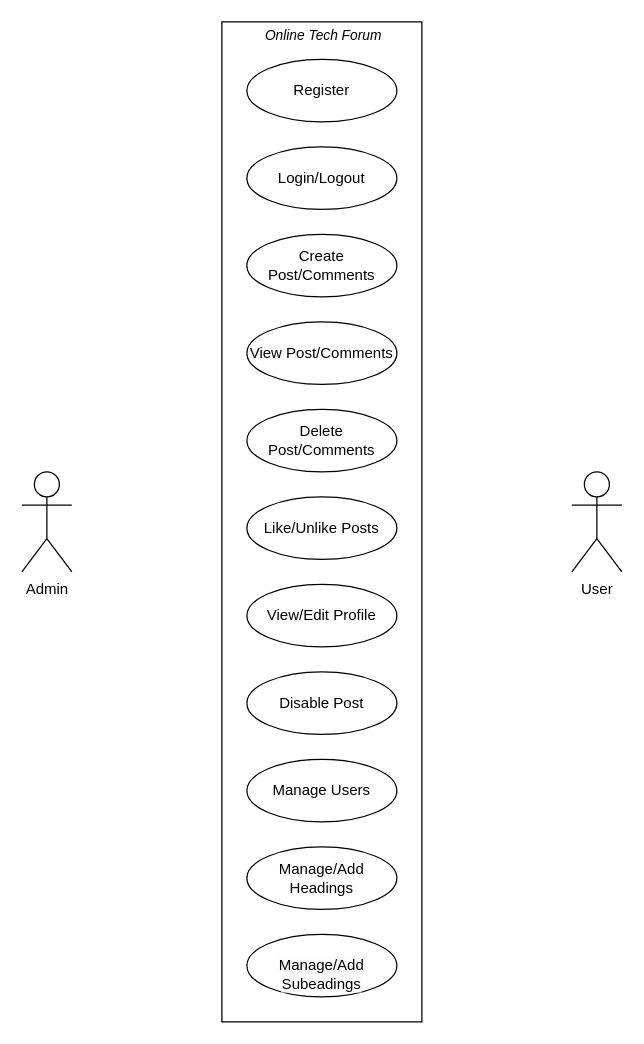
AshishGaut/flowcharts keeps this draw.io diagram as properusecasediagramm.drawio. Above is the earlier version. Source tidied: cells renumbered, new cells numbered last; positions are measured from the earlier drawing's top-left corner, leaving out a move shared by most shapes. Both pictures are drawn from the tidied source at 125%, with x=0, y=0 at pixel (21, 21).
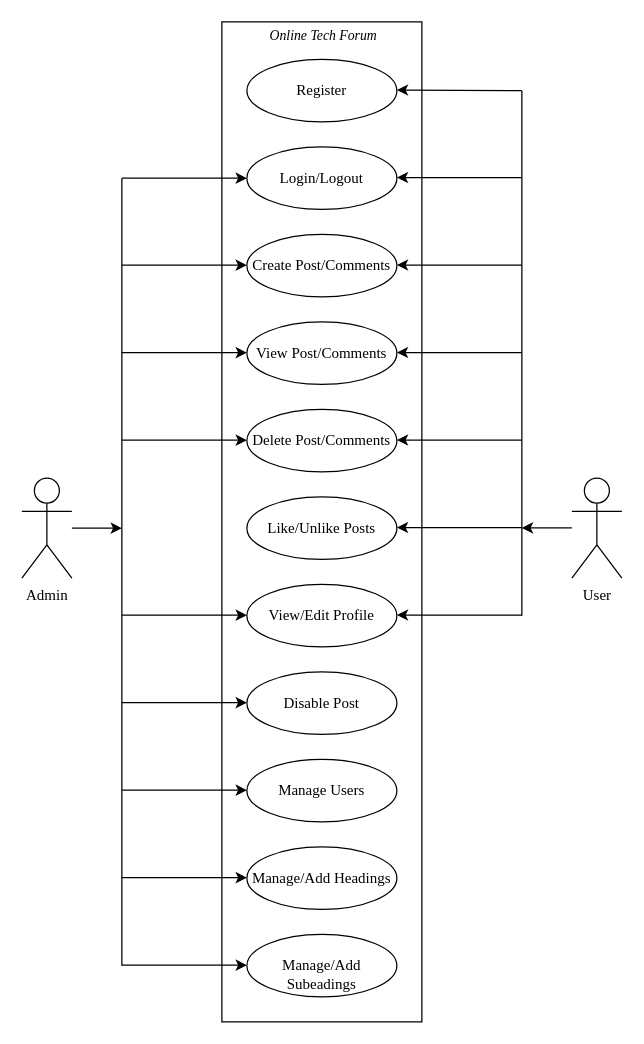
After the change.

Diff of the diagram source:
```diff
@@
-    <mxCell id="2" style="rounded=0;whiteSpace=wrap;html=1;fillColor=none;" parent="1" vertex="1">
+    <mxCell id="2" style="rounded=0;whiteSpace=wrap;html=1;fillColor=none;fontFamily=Times New Roman;labelBackgroundColor=none;" parent="1" vertex="1">
       <mxGeometry x="160" width="160" height="800" as="geometry" />
     </mxCell>
-    <mxCell id="3" value="Register" style="ellipse;whiteSpace=wrap;html=1;" parent="1" vertex="1">
+    <mxCell id="3" value="Register" style="ellipse;whiteSpace=wrap;html=1;fontFamily=Times New Roman;labelBackgroundColor=none;" parent="1" vertex="1">
       <mxGeometry x="180" y="30" width="120" height="50" as="geometry" />
     </mxCell>
-    <mxCell id="4" value="Login/Logout" style="ellipse;whiteSpace=wrap;html=1;" parent="1" vertex="1">
+    <mxCell id="4" value="Login/Logout" style="ellipse;whiteSpace=wrap;html=1;fontFamily=Times New Roman;labelBackgroundColor=none;" parent="1" vertex="1">
       <mxGeometry x="180" y="100" width="120" height="50" as="geometry" />
     </mxCell>
-    <mxCell id="5" value="Create Post/Comments" style="ellipse;whiteSpace=wrap;html=1;" parent="1" vertex="1">
+    <mxCell id="5" value="Create Post/Comments" style="ellipse;whiteSpace=wrap;html=1;fontFamily=Times New Roman;labelBackgroundColor=none;" parent="1" vertex="1">
       <mxGeometry x="180" y="170" width="120" height="50" as="geometry" />
     </mxCell>
-    <mxCell id="6" value="View Post/Comments" style="ellipse;whiteSpace=wrap;html=1;" parent="1" vertex="1">
+    <mxCell id="6" value="View Post/Comments" style="ellipse;whiteSpace=wrap;html=1;fontFamily=Times New Roman;labelBackgroundColor=none;" parent="1" vertex="1">
       <mxGeometry x="180" y="240" width="120" height="50" as="geometry" />
     </mxCell>
-    <mxCell id="7" value="View/Edit Profile" style="ellipse;whiteSpace=wrap;html=1;" parent="1" vertex="1">
+    <mxCell id="7" value="View/Edit Profile" style="ellipse;whiteSpace=wrap;html=1;fontFamily=Times New Roman;labelBackgroundColor=none;" parent="1" vertex="1">
       <mxGeometry x="180" y="450" width="120" height="50" as="geometry" />
     </mxCell>
-    <mxCell id="8" value="Disable Post" style="ellipse;whiteSpace=wrap;html=1;" parent="1" vertex="1">
+    <mxCell id="8" value="Disable Post" style="ellipse;whiteSpace=wrap;html=1;fontFamily=Times New Roman;labelBackgroundColor=none;" parent="1" vertex="1">
       <mxGeometry x="180" y="520" width="120" height="50" as="geometry" />
     </mxCell>
-    <mxCell id="9" value="Delete Post/Comments" style="ellipse;whiteSpace=wrap;html=1;" parent="1" vertex="1">
+    <mxCell id="9" value="Delete Post/Comments" style="ellipse;whiteSpace=wrap;html=1;fontFamily=Times New Roman;labelBackgroundColor=none;" parent="1" vertex="1">
       <mxGeometry x="180" y="310" width="120" height="50" as="geometry" />
     </mxCell>
-    <mxCell id="10" value="Like/Unlike Posts" style="ellipse;whiteSpace=wrap;html=1;" parent="1" vertex="1">
+    <mxCell id="10" value="Like/Unlike Posts" style="ellipse;whiteSpace=wrap;html=1;fontFamily=Times New Roman;labelBackgroundColor=none;" parent="1" vertex="1">
       <mxGeometry x="180" y="380" width="120" height="50" as="geometry" />
     </mxCell>
-    <mxCell id="11" value="&lt;br&gt;&lt;span style=&quot;color: rgb(0, 0, 0); font-family: Helvetica; font-size: 12px; font-style: normal; font-variant-ligatures: normal; font-variant-caps: normal; font-weight: 400; letter-spacing: normal; orphans: 2; text-align: center; text-indent: 0px; text-transform: none; widows: 2; word-spacing: 0px; -webkit-text-stroke-width: 0px; background-color: rgb(251, 251, 251); text-decoration-thickness: initial; text-decoration-style: initial; text-decoration-color: initial; float: none; display: inline !important;&quot;&gt;Manage/Add Subeadings&lt;/span&gt;&lt;br&gt;" style="ellipse;whiteSpace=wrap;html=1;" parent="1" vertex="1">
+    <mxCell id="11" value="&lt;br&gt;&lt;span style=&quot;color: rgb(0, 0, 0); font-size: 12px; font-style: normal; font-variant-ligatures: normal; font-variant-caps: normal; font-weight: 400; letter-spacing: normal; orphans: 2; text-align: center; text-indent: 0px; text-transform: none; widows: 2; word-spacing: 0px; -webkit-text-stroke-width: 0px; text-decoration-thickness: initial; text-decoration-style: initial; text-decoration-color: initial; float: none; display: inline !important;&quot;&gt;Manage/Add Subeadings&lt;/span&gt;&lt;br&gt;" style="ellipse;whiteSpace=wrap;html=1;fontFamily=Times New Roman;labelBackgroundColor=none;" parent="1" vertex="1">
       <mxGeometry x="180" y="730" width="120" height="50" as="geometry" />
     </mxCell>
-    <mxCell id="12" value="Manage/Add Headings" style="ellipse;whiteSpace=wrap;html=1;" parent="1" vertex="1">
+    <mxCell id="12" value="Manage/Add Headings" style="ellipse;whiteSpace=wrap;html=1;fontFamily=Times New Roman;labelBackgroundColor=none;" parent="1" vertex="1">
       <mxGeometry x="180" y="660" width="120" height="50" as="geometry" />
     </mxCell>
-    <mxCell id="13" value="Manage Users" style="ellipse;whiteSpace=wrap;html=1;" parent="1" vertex="1">
+    <mxCell id="13" value="Manage Users" style="ellipse;whiteSpace=wrap;html=1;fontFamily=Times New Roman;labelBackgroundColor=none;" parent="1" vertex="1">
       <mxGeometry x="180" y="590" width="120" height="50" as="geometry" />
     </mxCell>
+    <mxCell id="17" style="edgeStyle=orthogonalEdgeStyle;rounded=0;jettySize=auto;html=1;fontFamily=Times New Roman;labelBackgroundColor=none;" parent="1" edge="1" source="14">
+      <mxGeometry relative="1" as="geometry">
+        <mxPoint x="80" y="405" as="targetPoint" />
+      </mxGeometry>
+    </mxCell>
-    <mxCell id="14" value="Admin" style="shape=umlActor;verticalLabelPosition=bottom;verticalAlign=top;html=1;outlineConnect=0;" parent="1" vertex="1">
-      <mxGeometry y="360" width="40" height="80" as="geometry" />
+    <mxCell id="14" value="Admin" style="shape=umlActor;verticalLabelPosition=bottom;verticalAlign=top;html=1;outlineConnect=0;fontFamily=Times New Roman;labelBackgroundColor=none;" parent="1" vertex="1">
+      <mxGeometry y="365" width="40" height="80" as="geometry" />
     </mxCell>
-    <mxCell id="15" value="&lt;i&gt;Online Tech Forum&lt;/i&gt;" style="edgeLabel;html=1;align=center;verticalAlign=middle;" parent="1" vertex="1">
+    <mxCell id="15" value="&lt;i&gt;Online Tech Forum&lt;/i&gt;" style="edgeLabel;html=1;align=center;verticalAlign=middle;fontFamily=Times New Roman;labelBackgroundColor=none;" parent="1" vertex="1">
       <mxGeometry x="240" y="10" as="geometry" />
     </mxCell>
-    <mxCell id="16" value="User" style="shape=umlActor;verticalLabelPosition=bottom;verticalAlign=top;html=1;" parent="1" vertex="1">
-      <mxGeometry x="440" y="360" width="40" height="80" as="geometry" />
+    <mxCell id="16" value="User" style="shape=umlActor;verticalLabelPosition=bottom;verticalAlign=top;html=1;fontFamily=Times New Roman;labelBackgroundColor=none;" parent="1" vertex="1">
+      <mxGeometry x="440" y="365" width="40" height="80" as="geometry" />
     </mxCell>
+    <mxCell id="18" style="endArrow=none;html=1;rounded=0;fontFamily=Times New Roman;labelBackgroundColor=none;" parent="1" edge="1">
+      <mxGeometry relative="1" as="geometry">
+        <mxPoint x="80" y="755" as="sourcePoint" />
+        <mxPoint x="80" y="125" as="targetPoint" />
+      </mxGeometry>
+    </mxCell>
+    <mxCell id="19" style="endArrow=classic;html=1;rounded=0;entryX=0;entryY=0.5;entryDx=0;entryDy=0;fontFamily=Times New Roman;labelBackgroundColor=none;" parent="1" edge="1" target="4">
+      <mxGeometry relative="1" as="geometry">
+        <mxPoint x="80" y="125" as="sourcePoint" />
+      </mxGeometry>
+    </mxCell>
+    <mxCell id="20" style="endArrow=none;html=1;rounded=0;fontFamily=Times New Roman;labelBackgroundColor=none;" parent="1" edge="1">
+      <mxGeometry relative="1" as="geometry">
+        <mxPoint x="400" y="475" as="sourcePoint" />
+        <mxPoint x="400" y="55" as="targetPoint" />
+      </mxGeometry>
+    </mxCell>
+    <mxCell id="21" style="endArrow=classic;html=1;rounded=0;entryX=0;entryY=0.5;entryDx=0;entryDy=0;fontFamily=Times New Roman;labelBackgroundColor=none;" parent="1" edge="1">
+      <mxGeometry relative="1" as="geometry">
+        <mxPoint x="80" y="754.6" as="sourcePoint" />
+        <mxPoint x="180" y="754.6" as="targetPoint" />
+      </mxGeometry>
+    </mxCell>
+    <mxCell id="22" style="endArrow=classic;html=1;rounded=0;entryX=0;entryY=0.5;entryDx=0;entryDy=0;fontFamily=Times New Roman;labelBackgroundColor=none;" parent="1" edge="1">
+      <mxGeometry relative="1" as="geometry">
+        <mxPoint x="80" y="684.6" as="sourcePoint" />
+        <mxPoint x="180" y="684.6" as="targetPoint" />
+      </mxGeometry>
+    </mxCell>
+    <mxCell id="23" style="endArrow=classic;html=1;rounded=0;entryX=0;entryY=0.5;entryDx=0;entryDy=0;fontFamily=Times New Roman;labelBackgroundColor=none;" parent="1" edge="1">
+      <mxGeometry relative="1" as="geometry">
+        <mxPoint x="80" y="264.6" as="sourcePoint" />
+        <mxPoint x="180" y="264.6" as="targetPoint" />
+      </mxGeometry>
+    </mxCell>
+    <mxCell id="24" style="endArrow=classic;html=1;rounded=0;entryX=0;entryY=0.5;entryDx=0;entryDy=0;fontFamily=Times New Roman;labelBackgroundColor=none;" parent="1" edge="1">
+      <mxGeometry relative="1" as="geometry">
+        <mxPoint x="80" y="334.6" as="sourcePoint" />
+        <mxPoint x="180" y="334.6" as="targetPoint" />
+      </mxGeometry>
+    </mxCell>
+    <mxCell id="25" style="endArrow=classic;html=1;rounded=0;entryX=0;entryY=0.5;entryDx=0;entryDy=0;fontFamily=Times New Roman;labelBackgroundColor=none;" parent="1" edge="1">
+      <mxGeometry relative="1" as="geometry">
+        <mxPoint x="80" y="194.6" as="sourcePoint" />
+        <mxPoint x="180" y="194.6" as="targetPoint" />
+      </mxGeometry>
+    </mxCell>
+    <mxCell id="26" style="endArrow=classic;html=1;rounded=0;entryX=0;entryY=0.5;entryDx=0;entryDy=0;fontFamily=Times New Roman;labelBackgroundColor=none;" parent="1" edge="1">
+      <mxGeometry relative="1" as="geometry">
+        <mxPoint x="80" y="474.6" as="sourcePoint" />
+        <mxPoint x="180" y="474.6" as="targetPoint" />
+      </mxGeometry>
+    </mxCell>
+    <mxCell id="27" style="endArrow=classic;html=1;rounded=0;entryX=0;entryY=0.5;entryDx=0;entryDy=0;fontFamily=Times New Roman;labelBackgroundColor=none;" parent="1" edge="1">
+      <mxGeometry relative="1" as="geometry">
+        <mxPoint x="80" y="544.6" as="sourcePoint" />
+        <mxPoint x="180" y="544.6" as="targetPoint" />
+      </mxGeometry>
+    </mxCell>
+    <mxCell id="28" style="endArrow=classic;html=1;rounded=0;entryX=0;entryY=0.5;entryDx=0;entryDy=0;fontFamily=Times New Roman;labelBackgroundColor=none;" parent="1" edge="1">
+      <mxGeometry relative="1" as="geometry">
+        <mxPoint x="80" y="614.6" as="sourcePoint" />
+        <mxPoint x="180" y="614.6" as="targetPoint" />
+      </mxGeometry>
+    </mxCell>
+    <mxCell id="29" style="endArrow=classic;html=1;rounded=0;entryX=0;entryY=0.5;entryDx=0;entryDy=0;fontFamily=Times New Roman;labelBackgroundColor=none;" parent="1" edge="1">
+      <mxGeometry relative="1" as="geometry">
+        <mxPoint x="400" y="55" as="sourcePoint" />
+        <mxPoint x="300" y="54.5" as="targetPoint" />
+      </mxGeometry>
+    </mxCell>
+    <mxCell id="30" style="endArrow=classic;html=1;rounded=0;entryX=0;entryY=0.5;entryDx=0;entryDy=0;fontFamily=Times New Roman;labelBackgroundColor=none;" parent="1" edge="1">
+      <mxGeometry relative="1" as="geometry">
+        <mxPoint x="400" y="124.5" as="sourcePoint" />
+        <mxPoint x="300" y="124.5" as="targetPoint" />
+      </mxGeometry>
+    </mxCell>
+    <mxCell id="31" style="endArrow=classic;html=1;rounded=0;entryX=0;entryY=0.5;entryDx=0;entryDy=0;fontFamily=Times New Roman;labelBackgroundColor=none;" parent="1" edge="1">
+      <mxGeometry relative="1" as="geometry">
+        <mxPoint x="400" y="194.5" as="sourcePoint" />
+        <mxPoint x="300" y="194.5" as="targetPoint" />
+      </mxGeometry>
+    </mxCell>
+    <mxCell id="32" style="endArrow=classic;html=1;rounded=0;entryX=0;entryY=0.5;entryDx=0;entryDy=0;fontFamily=Times New Roman;labelBackgroundColor=none;" parent="1" edge="1">
+      <mxGeometry relative="1" as="geometry">
+        <mxPoint x="400" y="264.5" as="sourcePoint" />
+        <mxPoint x="300" y="264.5" as="targetPoint" />
+      </mxGeometry>
+    </mxCell>
+    <mxCell id="33" style="endArrow=classic;html=1;rounded=0;entryX=0;entryY=0.5;entryDx=0;entryDy=0;fontFamily=Times New Roman;labelBackgroundColor=none;" parent="1" edge="1">
+      <mxGeometry relative="1" as="geometry">
+        <mxPoint x="400" y="334.5" as="sourcePoint" />
+        <mxPoint x="300" y="334.5" as="targetPoint" />
+      </mxGeometry>
+    </mxCell>
+    <mxCell id="34" style="endArrow=classic;html=1;rounded=0;entryX=0;entryY=0.5;entryDx=0;entryDy=0;fontFamily=Times New Roman;labelBackgroundColor=none;" parent="1" edge="1">
+      <mxGeometry relative="1" as="geometry">
+        <mxPoint x="400" y="404.5" as="sourcePoint" />
+        <mxPoint x="300" y="404.5" as="targetPoint" />
+      </mxGeometry>
+    </mxCell>
+    <mxCell id="35" style="endArrow=classic;html=1;rounded=0;entryX=0;entryY=0.5;entryDx=0;entryDy=0;fontFamily=Times New Roman;labelBackgroundColor=none;" parent="1" edge="1">
+      <mxGeometry relative="1" as="geometry">
+        <mxPoint x="400" y="474.5" as="sourcePoint" />
+        <mxPoint x="300" y="474.5" as="targetPoint" />
+      </mxGeometry>
+    </mxCell>
+    <mxCell id="36" style="edgeStyle=orthogonalEdgeStyle;rounded=0;orthogonalLoop=1;jettySize=auto;html=1;fontFamily=Times New Roman;labelBackgroundColor=none;" parent="1" edge="1">
+      <mxGeometry relative="1" as="geometry">
+        <mxPoint x="440" y="404.8" as="sourcePoint" />
+        <mxPoint x="400" y="404.8" as="targetPoint" />
+        <Array as="points">
+          <mxPoint x="420" y="405" />
+        </Array>
+      </mxGeometry>
+    </mxCell>
```
